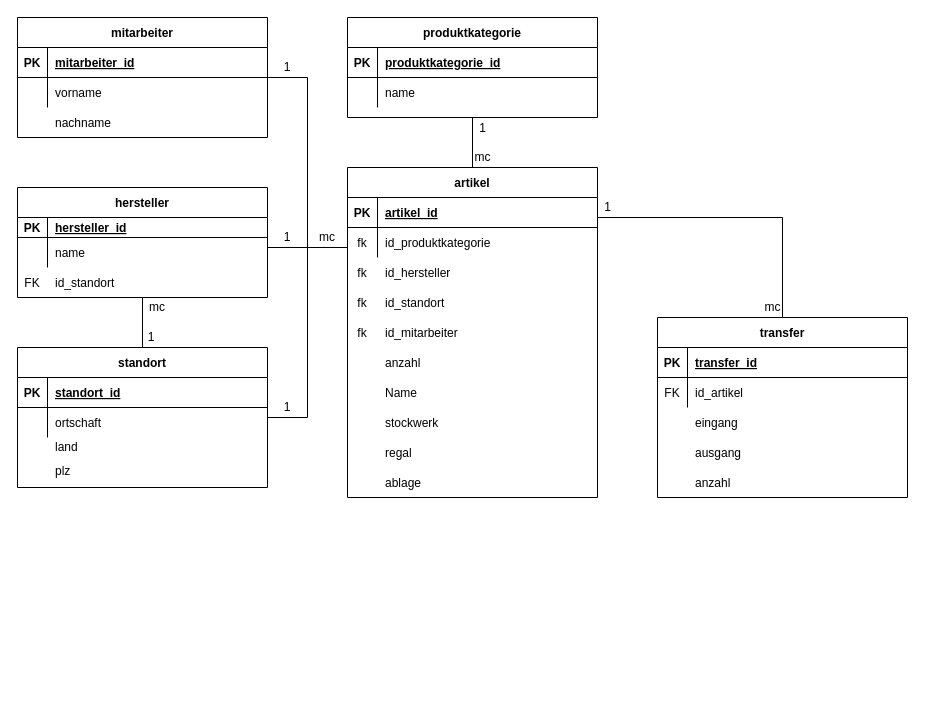
Earlier version of the draw.io diagram Drawios/physisches-M153-LB03.drawio (leZayn/M153-LB2). Source tidied: cells renumbered, new cells numbered last; positions are measured from the earlier drawing's top-left corner, leaving out a move shared by most shapes. Both pictures are drawn from the tidied source at 100%, with x=0, y=0 at pixel (17, 17).
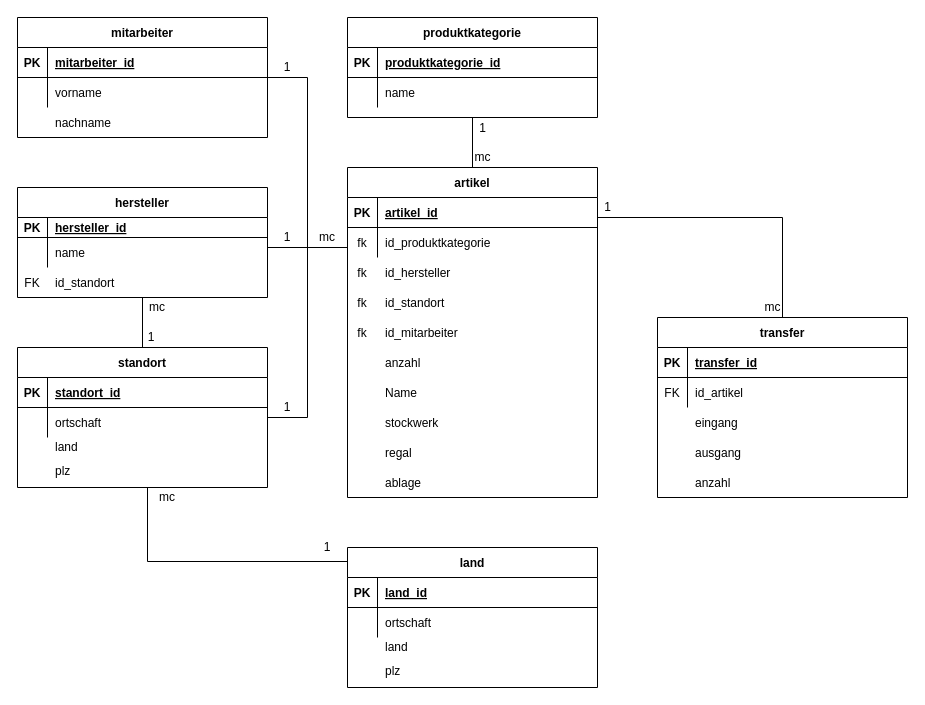
The same page after the edit.

The edit, as a diff of the source:
```diff
@@
+    <mxCell id="83" style="group;" parent="1" vertex="1">
+      <mxGeometry x="330" y="530" width="250" height="140" as="geometry" />
+    </mxCell>
+    <mxCell id="84" style="group;" parent="83" vertex="1">
+      <mxGeometry width="250" height="140" as="geometry" />
+    </mxCell>
+    <mxCell id="85" value="land" style="shape=table;startSize=30;childLayout=tableLayout;rowLines=0;fontStyle=1;align=center;" parent="84" vertex="1">
+      <mxGeometry width="250" height="140" as="geometry" />
+    </mxCell>
+    <mxCell id="86" style="shape=partialRectangle;fillColor=none;top=0;left=0;right=0;bottom=1;" parent="85" vertex="1">
+      <mxGeometry y="30" width="250" height="30" as="geometry" />
+    </mxCell>
+    <mxCell id="87" value="PK" style="shape=partialRectangle;overflow=hidden;fillColor=none;top=0;left=0;bottom=0;right=0;fontStyle=1;" parent="86" vertex="1">
+      <mxGeometry width="30" height="30" as="geometry" />
+    </mxCell>
+    <mxCell id="88" value="land_id" style="shape=partialRectangle;overflow=hidden;fillColor=none;top=0;left=0;bottom=0;right=0;align=left;spacingLeft=6;fontStyle=5;" parent="86" vertex="1">
+      <mxGeometry x="30" width="220" height="30" as="geometry" />
+    </mxCell>
+    <mxCell id="89" style="shape=partialRectangle;fillColor=none;top=0;left=0;right=0;bottom=0;" parent="85" vertex="1">
+      <mxGeometry y="60" width="250" height="30" as="geometry" />
+    </mxCell>
+    <mxCell id="90" style="shape=partialRectangle;overflow=hidden;fillColor=none;top=0;left=0;bottom=0;right=0;" parent="89" vertex="1">
+      <mxGeometry width="30" height="30" as="geometry" />
+    </mxCell>
+    <mxCell id="91" value="ortschaft" style="shape=partialRectangle;overflow=hidden;fillColor=none;top=0;left=0;bottom=0;right=0;align=left;spacingLeft=6;" parent="89" vertex="1">
+      <mxGeometry x="30" width="220" height="30" as="geometry" />
+    </mxCell>
+    <mxCell id="92" value="plz" style="shape=partialRectangle;overflow=hidden;fillColor=none;top=0;left=0;bottom=0;right=0;align=left;spacingLeft=6;" parent="84" vertex="1">
+      <mxGeometry x="30" y="105" width="220" height="35" as="geometry" />
+    </mxCell>
+    <mxCell id="93" value="land" style="shape=partialRectangle;overflow=hidden;fillColor=none;top=0;left=0;bottom=0;right=0;align=left;spacingLeft=6;" parent="84" vertex="1">
+      <mxGeometry x="30" y="85" width="220" height="28" as="geometry" />
+    </mxCell>
+    <mxCell id="94" style="edgeStyle=orthogonalEdgeStyle;rounded=0;jettySize=auto;html=1;endArrow=none;endFill=0;entryX=0;entryY=0.1;entryDx=0;entryDy=0;entryPerimeter=0;" parent="1" edge="1" target="85">
+      <mxGeometry relative="1" as="geometry">
+        <mxPoint x="130" y="470" as="sourcePoint" />
+        <Array as="points">
+          <mxPoint x="130" y="544" />
+        </Array>
+      </mxGeometry>
+    </mxCell>
+    <mxCell id="95" value="1" style="text;html=1;strokeColor=none;fillColor=none;align=center;verticalAlign=middle;whiteSpace=wrap;rounded=0;" parent="1" vertex="1">
+      <mxGeometry x="290" y="520" width="40" height="20" as="geometry" />
+    </mxCell>
+    <mxCell id="96" value="mc" style="text;html=1;strokeColor=none;fillColor=none;align=center;verticalAlign=middle;whiteSpace=wrap;rounded=0;" parent="1" vertex="1">
+      <mxGeometry x="130" y="470" width="40" height="20" as="geometry" />
+    </mxCell>
```
